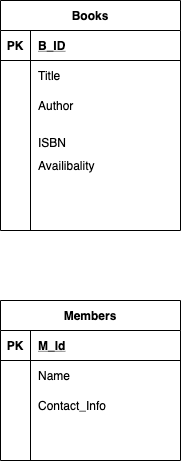
Before: relational Schema.png, a diagram exported from draw.io (Abhinabk/Library_Management). Source tidied: cells renumbered, new cells last; positions are measured from the earlier drawing's top-left corner, leaving out a move shared by most shapes.
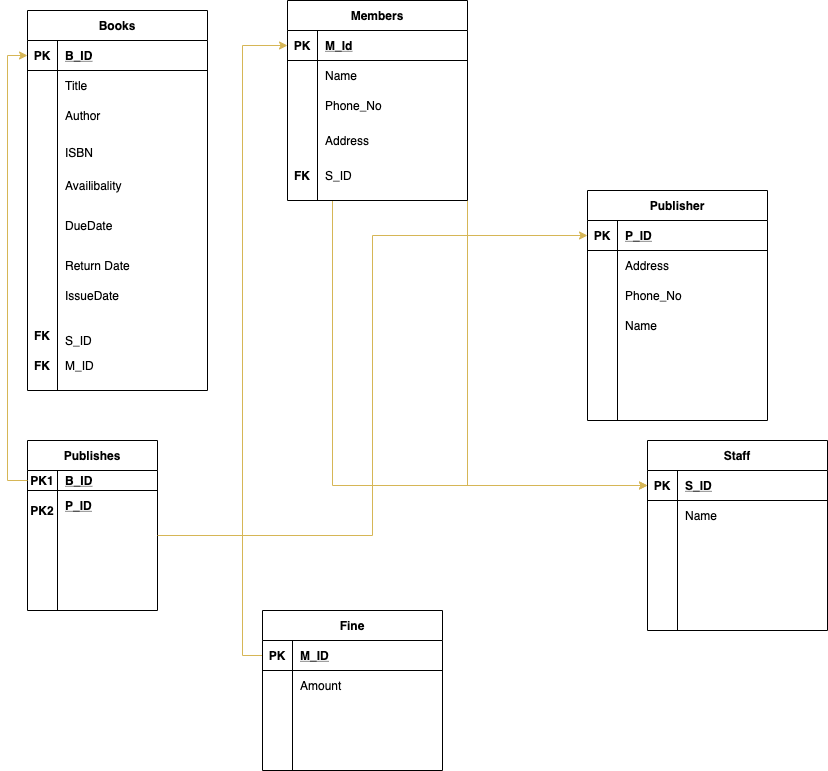
The same file after the commit.

The edit, as a diff of the source:
```diff
@@ -2,8 +2,14 @@
   <root>
     <mxCell id="0" />
     <mxCell id="1" parent="0" />
+    <mxCell id="31" style="shape=partialRectangle;fillColor=none;top=0;left=0;bottom=0;right=0;align=left;spacingLeft=6;fontStyle=0;overflow=hidden;" parent="1" vertex="1">
+      <mxGeometry x="30" y="420" width="150" height="30" as="geometry" />
+    </mxCell>
+    <mxCell id="32" style="shape=partialRectangle;fillColor=none;top=0;left=0;bottom=0;right=0;align=left;spacingLeft=6;overflow=hidden;" parent="1" vertex="1">
+      <mxGeometry x="230" y="130" width="150" height="40" as="geometry" />
+    </mxCell>
     <mxCell id="2" value="Books" style="shape=table;startSize=30;rowLines=0;fontStyle=1;align=center;strokeWidth=1;" parent="1" vertex="1">
-      <mxGeometry width="180" height="230" as="geometry" />
+      <mxGeometry x="-30" y="20" width="180" height="380" as="geometry" />
     </mxCell>
     <mxCell id="3" style="shape=partialRectangle;fillColor=none;top=0;left=0;bottom=1;right=0;points=[[0,0.5],[1,0.5]];portConstraint=eastwest;" parent="2" vertex="1">
       <mxGeometry y="30" width="180" height="30" as="geometry" />
@@ -33,16 +39,16 @@
       <mxGeometry x="30" width="150" height="30" as="geometry" />
     </mxCell>
     <mxCell id="12" style="shape=partialRectangle;fillColor=none;top=0;left=0;bottom=0;right=0;" parent="2" vertex="1">
-      <mxGeometry y="120" width="180" height="30" as="geometry" />
+      <mxGeometry y="120" width="180" height="40" as="geometry" />
     </mxCell>
     <mxCell id="13" style="shape=partialRectangle;fillColor=none;top=0;left=0;bottom=0;right=0;overflow=hidden;" parent="12" vertex="1">
-      <mxGeometry width="30" height="30" as="geometry" />
+      <mxGeometry width="30" height="40" as="geometry" />
     </mxCell>
     <mxCell id="14" value="&#10;ISBN&#10;&#10;" style="shape=partialRectangle;fillColor=none;top=0;left=0;bottom=0;right=0;align=left;spacingLeft=6;overflow=hidden;" parent="12" vertex="1">
-      <mxGeometry x="30" width="150" height="30" as="geometry" />
+      <mxGeometry x="30" width="150" height="40" as="geometry" />
     </mxCell>
     <mxCell id="15" style="shape=partialRectangle;fillColor=none;top=0;left=0;bottom=0;right=0;" parent="2" vertex="1">
-      <mxGeometry y="150" width="180" height="30" as="geometry" />
+      <mxGeometry y="160" width="180" height="30" as="geometry" />
     </mxCell>
     <mxCell id="16" style="shape=partialRectangle;fillColor=none;top=0;left=0;bottom=0;right=0;overflow=hidden;" parent="15" vertex="1">
       <mxGeometry width="30" height="30" as="geometry" />
@@ -50,8 +56,101 @@
     <mxCell id="17" value="Availibality" style="shape=partialRectangle;fillColor=none;top=0;left=0;bottom=0;right=0;align=left;spacingLeft=6;overflow=hidden;" parent="15" vertex="1">
       <mxGeometry x="30" width="150" height="30" as="geometry" />
     </mxCell>
+    <mxCell id="33" style="shape=partialRectangle;fillColor=none;top=0;left=0;bottom=0;right=0;fontStyle=1;overflow=hidden;" parent="1" vertex="1">
+      <mxGeometry x="205" y="380" width="30" height="20" as="geometry" />
+    </mxCell>
+    <mxCell id="34" value="PK2" style="shape=partialRectangle;fillColor=none;top=0;left=0;bottom=0;right=0;fontStyle=1;overflow=hidden;" parent="1" vertex="1">
+      <mxGeometry x="-30" y="510" width="30" height="20" as="geometry" />
+    </mxCell>
+    <mxCell id="35" value="S_ID" style="shape=partialRectangle;fillColor=none;top=0;left=0;bottom=0;right=0;align=left;spacingLeft=6;overflow=hidden;" parent="1" vertex="1">
+      <mxGeometry y="330" width="150" height="40" as="geometry" />
+    </mxCell>
+    <mxCell id="36" value="FK" style="shape=partialRectangle;fillColor=none;top=0;left=0;bottom=0;right=0;fontStyle=1;overflow=hidden;" parent="1" vertex="1">
+      <mxGeometry x="-30" y="330" width="30" height="30" as="geometry" />
+    </mxCell>
+    <mxCell id="37" value="S_ID" style="shape=partialRectangle;fillColor=none;top=0;left=0;bottom=0;right=0;align=left;spacingLeft=6;overflow=hidden;" parent="1" vertex="1">
+      <mxGeometry x="260" y="165" width="150" height="40" as="geometry" />
+    </mxCell>
+    <mxCell id="38" value="FK" style="shape=partialRectangle;fillColor=none;top=0;left=0;bottom=0;right=0;fontStyle=1;overflow=hidden;" parent="1" vertex="1">
+      <mxGeometry x="230" y="170" width="30" height="30" as="geometry" />
+    </mxCell>
+    <mxCell id="39" value="M_ID" style="shape=partialRectangle;fillColor=none;top=0;left=0;bottom=0;right=0;align=left;spacingLeft=6;overflow=hidden;" parent="1" vertex="1">
+      <mxGeometry y="330" width="160" height="90" as="geometry" />
+    </mxCell>
+    <mxCell id="40" value="FK" style="shape=partialRectangle;fillColor=none;top=0;left=0;bottom=0;right=0;fontStyle=1;overflow=hidden;" parent="1" vertex="1">
+      <mxGeometry x="-30" y="360" width="30" height="30" as="geometry" />
+    </mxCell>
+    <mxCell id="41" value="Publishes" style="shape=table;startSize=30;rowLines=0;fontStyle=1;align=center;strokeWidth=1;" parent="1" vertex="1">
+      <mxGeometry x="-30" y="450" width="130" height="170" as="geometry" />
+    </mxCell>
+    <mxCell id="42" style="shape=partialRectangle;fillColor=none;top=0;left=0;bottom=1;right=0;points=[[0,0.5],[1,0.5]];portConstraint=eastwest;" parent="41" vertex="1">
+      <mxGeometry y="30" width="130" height="20" as="geometry" />
+    </mxCell>
+    <mxCell id="43" value="PK1" style="shape=partialRectangle;fillColor=none;top=0;left=0;bottom=0;right=0;fontStyle=1;overflow=hidden;" parent="42" vertex="1">
+      <mxGeometry width="30" height="20" as="geometry" />
+    </mxCell>
+    <mxCell id="44" value="B_ID" style="shape=partialRectangle;fillColor=none;top=0;left=0;bottom=0;right=0;align=left;spacingLeft=6;fontStyle=5;overflow=hidden;" parent="42" vertex="1">
+      <mxGeometry x="30" width="100" height="20" as="geometry" />
+    </mxCell>
+    <mxCell id="45" style="shape=partialRectangle;fillColor=none;top=0;left=0;bottom=0;right=0;" parent="41" vertex="1">
+      <mxGeometry y="50" width="130" height="30" as="geometry" />
+    </mxCell>
+    <mxCell id="46" style="shape=partialRectangle;fillColor=none;top=0;left=0;bottom=0;right=0;overflow=hidden;" parent="45" vertex="1">
+      <mxGeometry width="30" height="30" as="geometry" />
+    </mxCell>
+    <mxCell id="47" value="P_ID" style="shape=partialRectangle;fillColor=none;top=0;left=0;bottom=0;right=0;align=left;spacingLeft=6;overflow=hidden;fontStyle=5;" parent="45" vertex="1">
+      <mxGeometry x="30" width="100" height="30" as="geometry" />
+    </mxCell>
+    <mxCell id="48" style="shape=partialRectangle;fillColor=none;top=0;left=0;bottom=0;right=0;points=[[0,0.5],[1,0.5]];portConstraint=eastwest;" parent="41" vertex="1">
+      <mxGeometry y="80" width="130" height="30" as="geometry" />
+    </mxCell>
+    <mxCell id="49" style="shape=partialRectangle;fillColor=none;top=0;left=0;bottom=0;right=0;overflow=hidden;" parent="48" vertex="1">
+      <mxGeometry width="30" height="30" as="geometry" />
+    </mxCell>
+    <mxCell id="50" style="shape=partialRectangle;fillColor=none;top=0;left=0;bottom=0;right=0;align=left;spacingLeft=6;overflow=hidden;" parent="48" vertex="1">
+      <mxGeometry x="30" width="100" height="30" as="geometry" />
+    </mxCell>
+    <mxCell id="51" style="shape=partialRectangle;fillColor=none;top=0;left=0;bottom=0;right=0;" parent="41" vertex="1">
+      <mxGeometry y="110" width="130" height="30" as="geometry" />
+    </mxCell>
+    <mxCell id="52" style="shape=partialRectangle;fillColor=none;top=0;left=0;bottom=0;right=0;overflow=hidden;" parent="51" vertex="1">
+      <mxGeometry width="30" height="30" as="geometry" />
+    </mxCell>
+    <mxCell id="53" style="shape=partialRectangle;fillColor=none;top=0;left=0;bottom=0;right=0;align=left;spacingLeft=6;overflow=hidden;" parent="51" vertex="1">
+      <mxGeometry x="30" width="100" height="30" as="geometry" />
+    </mxCell>
+    <mxCell id="54" style="shape=partialRectangle;fillColor=none;top=0;left=0;bottom=0;right=0;" parent="41" vertex="1">
+      <mxGeometry y="140" width="130" height="30" as="geometry" />
+    </mxCell>
+    <mxCell id="55" style="shape=partialRectangle;fillColor=none;top=0;left=0;bottom=0;right=0;overflow=hidden;" parent="54" vertex="1">
+      <mxGeometry width="30" height="30" as="geometry" />
+    </mxCell>
+    <mxCell id="56" style="shape=partialRectangle;fillColor=none;top=0;left=0;bottom=0;right=0;align=left;spacingLeft=6;overflow=hidden;" parent="54" vertex="1">
+      <mxGeometry x="30" width="100" height="30" as="geometry" />
+    </mxCell>
+    <mxCell id="57" value="DueDate" style="shape=partialRectangle;fillColor=none;top=0;left=0;bottom=0;right=0;align=left;spacingLeft=6;overflow=hidden;" parent="1" vertex="1">
+      <mxGeometry y="220" width="150" height="30" as="geometry" />
+    </mxCell>
+    <mxCell id="58" value="Return Date" style="shape=partialRectangle;fillColor=none;top=0;left=0;bottom=0;right=0;align=left;spacingLeft=6;overflow=hidden;" parent="1" vertex="1">
+      <mxGeometry y="260" width="150" height="30" as="geometry" />
+    </mxCell>
+    <mxCell id="59" value="IssueDate" style="shape=partialRectangle;fillColor=none;top=0;left=0;bottom=0;right=0;align=left;spacingLeft=6;overflow=hidden;" parent="1" vertex="1">
+      <mxGeometry y="290" width="150" height="30" as="geometry" />
+    </mxCell>
+    <mxCell id="60" style="edgeStyle=orthogonalEdgeStyle;rounded=0;jettySize=auto;html=1;exitX=1;exitY=1;exitDx=0;exitDy=0;entryX=0;entryY=0.5;entryDx=0;entryDy=0;fillColor=#fff2cc;strokeColor=#d6b656;" parent="1" edge="1" source="18" target="65">
+      <mxGeometry relative="1" as="geometry" />
+    </mxCell>
+    <mxCell id="61" value="Address" style="shape=partialRectangle;fillColor=none;top=0;left=0;bottom=0;right=0;align=left;spacingLeft=6;overflow=hidden;" parent="1" vertex="1">
+      <mxGeometry x="260" y="135" width="150" height="30" as="geometry" />
+    </mxCell>
+    <mxCell id="62" style="edgeStyle=orthogonalEdgeStyle;rounded=0;jettySize=auto;html=1;exitX=0;exitY=0.5;exitDx=0;exitDy=0;entryX=0;entryY=0.5;entryDx=0;entryDy=0;fillColor=#fff2cc;strokeColor=#d6b656;" parent="1" edge="1" source="79" target="19">
+      <mxGeometry relative="1" as="geometry" />
+    </mxCell>
+    <mxCell id="63" style="edgeStyle=orthogonalEdgeStyle;rounded=0;jettySize=auto;html=1;exitX=0.25;exitY=1;exitDx=0;exitDy=0;entryX=0;entryY=0.5;entryDx=0;entryDy=0;fillColor=#fff2cc;strokeColor=#d6b656;" parent="1" edge="1" source="18" target="65">
+      <mxGeometry relative="1" as="geometry" />
+    </mxCell>
     <mxCell id="18" value="Members" style="shape=table;startSize=30;rowLines=0;fontStyle=1;align=center;" parent="1" vertex="1">
-      <mxGeometry y="300" width="180" height="160" as="geometry" />
+      <mxGeometry x="230" y="10" width="180" height="200" as="geometry" />
     </mxCell>
     <mxCell id="19" style="shape=partialRectangle;fillColor=none;top=0;left=0;bottom=1;right=0;points=[[0,0.5],[1,0.5]];portConstraint=eastwest;" parent="18" vertex="1">
       <mxGeometry y="30" width="180" height="30" as="geometry" />
@@ -77,17 +176,140 @@
     <mxCell id="26" style="shape=partialRectangle;fillColor=none;top=0;left=0;bottom=0;right=0;overflow=hidden;" parent="25" vertex="1">
       <mxGeometry width="30" height="30" as="geometry" />
     </mxCell>
-    <mxCell id="27" value="Contact_Info" style="shape=partialRectangle;fillColor=none;top=0;left=0;bottom=0;right=0;align=left;spacingLeft=6;overflow=hidden;" parent="25" vertex="1">
+    <mxCell id="27" value="Phone_No" style="shape=partialRectangle;fillColor=none;top=0;left=0;bottom=0;right=0;align=left;spacingLeft=6;overflow=hidden;" parent="25" vertex="1">
       <mxGeometry x="30" width="150" height="30" as="geometry" />
     </mxCell>
-    <mxCell id="28" style="shape=partialRectangle;fillColor=none;top=0;left=0;bottom=0;right=0;" parent="18" vertex="1">
-      <mxGeometry y="120" width="180" height="30" as="geometry" />
-    </mxCell>
-    <mxCell id="29" style="shape=partialRectangle;fillColor=none;top=0;left=0;bottom=0;right=0;overflow=hidden;" parent="28" vertex="1">
-      <mxGeometry width="30" height="30" as="geometry" />
-    </mxCell>
-    <mxCell id="30" style="shape=partialRectangle;fillColor=none;top=0;left=0;bottom=0;right=0;align=left;spacingLeft=6;overflow=hidden;" parent="28" vertex="1">
-      <mxGeometry x="30" width="150" height="30" as="geometry" />
-    </mxCell>
+    <mxCell id="64" value="Staff" style="shape=table;startSize=30;rowLines=0;fontStyle=1;align=center;" parent="1" vertex="1">
+      <mxGeometry x="590" y="450" width="180" height="190" as="geometry" />
+    </mxCell>
+    <mxCell id="65" style="shape=partialRectangle;fillColor=none;top=0;left=0;bottom=1;right=0;points=[[0,0.5],[1,0.5]];portConstraint=eastwest;" parent="64" vertex="1">
+      <mxGeometry y="30" width="180" height="30" as="geometry" />
+    </mxCell>
+    <mxCell id="66" value="PK" style="shape=partialRectangle;fillColor=none;top=0;left=0;bottom=0;right=0;fontStyle=1;overflow=hidden;" parent="65" vertex="1">
+      <mxGeometry width="30" height="30" as="geometry" />
+    </mxCell>
+    <mxCell id="67" value="S_ID" style="shape=partialRectangle;fillColor=none;top=0;left=0;bottom=0;right=0;align=left;spacingLeft=6;fontStyle=5;overflow=hidden;" parent="65" vertex="1">
+      <mxGeometry x="30" width="150" height="30" as="geometry" />
+    </mxCell>
+    <mxCell id="68" style="shape=partialRectangle;fillColor=none;top=0;left=0;bottom=0;right=0;" parent="64" vertex="1">
+      <mxGeometry y="60" width="180" height="30" as="geometry" />
+    </mxCell>
+    <mxCell id="69" style="shape=partialRectangle;fillColor=none;top=0;left=0;bottom=0;right=0;overflow=hidden;" parent="68" vertex="1">
+      <mxGeometry width="30" height="30" as="geometry" />
+    </mxCell>
+    <mxCell id="70" value="Name" style="shape=partialRectangle;fillColor=none;top=0;left=0;bottom=0;right=0;align=left;spacingLeft=6;overflow=hidden;" parent="68" vertex="1">
+      <mxGeometry x="30" width="150" height="30" as="geometry" />
+    </mxCell>
+    <mxCell id="71" style="shape=partialRectangle;fillColor=none;top=0;left=0;bottom=0;right=0;" parent="64" vertex="1">
+      <mxGeometry y="90" width="180" height="60" as="geometry" />
+    </mxCell>
+    <mxCell id="72" style="shape=partialRectangle;fillColor=none;top=0;left=0;bottom=0;right=0;overflow=hidden;" parent="71" vertex="1">
+      <mxGeometry width="30" height="60" as="geometry" />
+    </mxCell>
+    <mxCell id="73" style="shape=partialRectangle;fillColor=none;top=0;left=0;bottom=0;right=0;align=left;spacingLeft=6;overflow=hidden;" parent="71" vertex="1">
+      <mxGeometry x="30" width="150" height="60" as="geometry" />
+    </mxCell>
+    <mxCell id="74" style="shape=partialRectangle;fillColor=none;top=0;left=0;bottom=0;right=0;" parent="64" vertex="1">
+      <mxGeometry y="150" width="180" height="30" as="geometry" />
+    </mxCell>
+    <mxCell id="75" style="shape=partialRectangle;fillColor=none;top=0;left=0;bottom=0;right=0;overflow=hidden;" parent="74" vertex="1">
+      <mxGeometry width="30" height="30" as="geometry" />
+    </mxCell>
+    <mxCell id="76" style="shape=partialRectangle;fillColor=none;top=0;left=0;bottom=0;right=0;align=left;spacingLeft=6;overflow=hidden;" parent="74" vertex="1">
+      <mxGeometry x="30" width="150" height="30" as="geometry" />
+    </mxCell>
+    <mxCell id="77" style="edgeStyle=orthogonalEdgeStyle;rounded=0;jettySize=auto;html=1;exitX=1;exitY=0.5;exitDx=0;exitDy=0;entryX=0;entryY=0.5;entryDx=0;entryDy=0;fillColor=#fff2cc;strokeColor=#d6b656;" parent="1" edge="1" source="48" target="92">
+      <mxGeometry relative="1" as="geometry" />
+    </mxCell>
+    <mxCell id="78" value="Fine" style="shape=table;startSize=30;rowLines=0;fontStyle=1;align=center;" parent="1" vertex="1">
+      <mxGeometry x="205" y="620" width="180" height="160" as="geometry" />
+    </mxCell>
+    <mxCell id="79" style="shape=partialRectangle;fillColor=none;top=0;left=0;bottom=1;right=0;points=[[0,0.5],[1,0.5]];portConstraint=eastwest;" parent="78" vertex="1">
+      <mxGeometry y="30" width="180" height="30" as="geometry" />
+    </mxCell>
+    <mxCell id="80" value="PK" style="shape=partialRectangle;fillColor=none;top=0;left=0;bottom=0;right=0;fontStyle=1;overflow=hidden;" parent="79" vertex="1">
+      <mxGeometry width="30" height="30" as="geometry" />
+    </mxCell>
+    <mxCell id="81" value="M_ID" style="shape=partialRectangle;fillColor=none;top=0;left=0;bottom=0;right=0;align=left;spacingLeft=6;fontStyle=5;overflow=hidden;" parent="79" vertex="1">
+      <mxGeometry x="30" width="150" height="30" as="geometry" />
+    </mxCell>
+    <mxCell id="82" style="shape=partialRectangle;fillColor=none;top=0;left=0;bottom=0;right=0;" parent="78" vertex="1">
+      <mxGeometry y="60" width="180" height="30" as="geometry" />
+    </mxCell>
+    <mxCell id="83" style="shape=partialRectangle;fillColor=none;top=0;left=0;bottom=0;right=0;overflow=hidden;" parent="82" vertex="1">
+      <mxGeometry width="30" height="30" as="geometry" />
+    </mxCell>
+    <mxCell id="84" value="Amount" style="shape=partialRectangle;fillColor=none;top=0;left=0;bottom=0;right=0;align=left;spacingLeft=6;overflow=hidden;" parent="82" vertex="1">
+      <mxGeometry x="30" width="150" height="30" as="geometry" />
+    </mxCell>
+    <mxCell id="85" style="shape=partialRectangle;fillColor=none;top=0;left=0;bottom=0;right=0;" parent="78" vertex="1">
+      <mxGeometry y="90" width="180" height="30" as="geometry" />
+    </mxCell>
+    <mxCell id="86" style="shape=partialRectangle;fillColor=none;top=0;left=0;bottom=0;right=0;overflow=hidden;" parent="85" vertex="1">
+      <mxGeometry width="30" height="30" as="geometry" />
+    </mxCell>
+    <mxCell id="87" style="shape=partialRectangle;fillColor=none;top=0;left=0;bottom=0;right=0;align=left;spacingLeft=6;overflow=hidden;" parent="85" vertex="1">
+      <mxGeometry x="30" width="150" height="30" as="geometry" />
+    </mxCell>
+    <mxCell id="88" style="shape=partialRectangle;fillColor=none;top=0;left=0;bottom=0;right=0;" parent="78" vertex="1">
+      <mxGeometry y="120" width="180" height="30" as="geometry" />
+    </mxCell>
+    <mxCell id="89" style="shape=partialRectangle;fillColor=none;top=0;left=0;bottom=0;right=0;overflow=hidden;" parent="88" vertex="1">
+      <mxGeometry width="30" height="30" as="geometry" />
+    </mxCell>
+    <mxCell id="90" style="shape=partialRectangle;fillColor=none;top=0;left=0;bottom=0;right=0;align=left;spacingLeft=6;overflow=hidden;" parent="88" vertex="1">
+      <mxGeometry x="30" width="150" height="30" as="geometry" />
+    </mxCell>
+    <mxCell id="91" value="Publisher" style="shape=table;startSize=30;rowLines=0;fontStyle=1;align=center;strokeWidth=1;" parent="1" vertex="1">
+      <mxGeometry x="530" y="200" width="180" height="230" as="geometry" />
+    </mxCell>
+    <mxCell id="92" style="shape=partialRectangle;fillColor=none;top=0;left=0;bottom=1;right=0;points=[[0,0.5],[1,0.5]];portConstraint=eastwest;" parent="91" vertex="1">
+      <mxGeometry y="30" width="180" height="30" as="geometry" />
+    </mxCell>
+    <mxCell id="93" value="PK" style="shape=partialRectangle;fillColor=none;top=0;left=0;bottom=0;right=0;fontStyle=1;overflow=hidden;" parent="92" vertex="1">
+      <mxGeometry width="30" height="30" as="geometry" />
+    </mxCell>
+    <mxCell id="94" value="P_ID" style="shape=partialRectangle;fillColor=none;top=0;left=0;bottom=0;right=0;align=left;spacingLeft=6;fontStyle=5;overflow=hidden;" parent="92" vertex="1">
+      <mxGeometry x="30" width="150" height="30" as="geometry" />
+    </mxCell>
+    <mxCell id="95" style="shape=partialRectangle;fillColor=none;top=0;left=0;bottom=0;right=0;" parent="91" vertex="1">
+      <mxGeometry y="60" width="180" height="30" as="geometry" />
+    </mxCell>
+    <mxCell id="96" style="shape=partialRectangle;fillColor=none;top=0;left=0;bottom=0;right=0;overflow=hidden;" parent="95" vertex="1">
+      <mxGeometry width="30" height="30" as="geometry" />
+    </mxCell>
+    <mxCell id="97" value="Address" style="shape=partialRectangle;fillColor=none;top=0;left=0;bottom=0;right=0;align=left;spacingLeft=6;overflow=hidden;" parent="95" vertex="1">
+      <mxGeometry x="30" width="150" height="30" as="geometry" />
+    </mxCell>
+    <mxCell id="98" style="shape=partialRectangle;fillColor=none;top=0;left=0;bottom=0;right=0;" parent="91" vertex="1">
+      <mxGeometry y="90" width="180" height="30" as="geometry" />
+    </mxCell>
+    <mxCell id="99" style="shape=partialRectangle;fillColor=none;top=0;left=0;bottom=0;right=0;overflow=hidden;" parent="98" vertex="1">
+      <mxGeometry width="30" height="30" as="geometry" />
+    </mxCell>
+    <mxCell id="100" value="Phone_No" style="shape=partialRectangle;fillColor=none;top=0;left=0;bottom=0;right=0;align=left;spacingLeft=6;overflow=hidden;" parent="98" vertex="1">
+      <mxGeometry x="30" width="150" height="30" as="geometry" />
+    </mxCell>
+    <mxCell id="101" style="shape=partialRectangle;fillColor=none;top=0;left=0;bottom=0;right=0;" parent="91" vertex="1">
+      <mxGeometry y="120" width="180" height="30" as="geometry" />
+    </mxCell>
+    <mxCell id="102" style="shape=partialRectangle;fillColor=none;top=0;left=0;bottom=0;right=0;overflow=hidden;" parent="101" vertex="1">
+      <mxGeometry width="30" height="30" as="geometry" />
+    </mxCell>
+    <mxCell id="103" value="Name" style="shape=partialRectangle;fillColor=none;top=0;left=0;bottom=0;right=0;align=left;spacingLeft=6;overflow=hidden;" parent="101" vertex="1">
+      <mxGeometry x="30" width="150" height="30" as="geometry" />
+    </mxCell>
+    <mxCell id="104" style="shape=partialRectangle;fillColor=none;top=0;left=0;bottom=0;right=0;" parent="91" vertex="1">
+      <mxGeometry y="150" width="180" height="30" as="geometry" />
+    </mxCell>
+    <mxCell id="105" style="shape=partialRectangle;fillColor=none;top=0;left=0;bottom=0;right=0;overflow=hidden;" parent="104" vertex="1">
+      <mxGeometry width="30" height="30" as="geometry" />
+    </mxCell>
+    <mxCell id="106" style="shape=partialRectangle;fillColor=none;top=0;left=0;bottom=0;right=0;align=left;spacingLeft=6;overflow=hidden;" parent="104" vertex="1">
+      <mxGeometry x="30" width="150" height="30" as="geometry" />
+    </mxCell>
+    <mxCell id="107" style="edgeStyle=orthogonalEdgeStyle;rounded=0;jettySize=auto;html=1;exitX=0;exitY=0.5;exitDx=0;exitDy=0;endSize=6;fillColor=#fff2cc;strokeColor=#d6b656;" parent="1" edge="1" source="42" target="3">
+      <mxGeometry relative="1" as="geometry" />
+    </mxCell>
   </root>
 </mxGraphModel>
```
